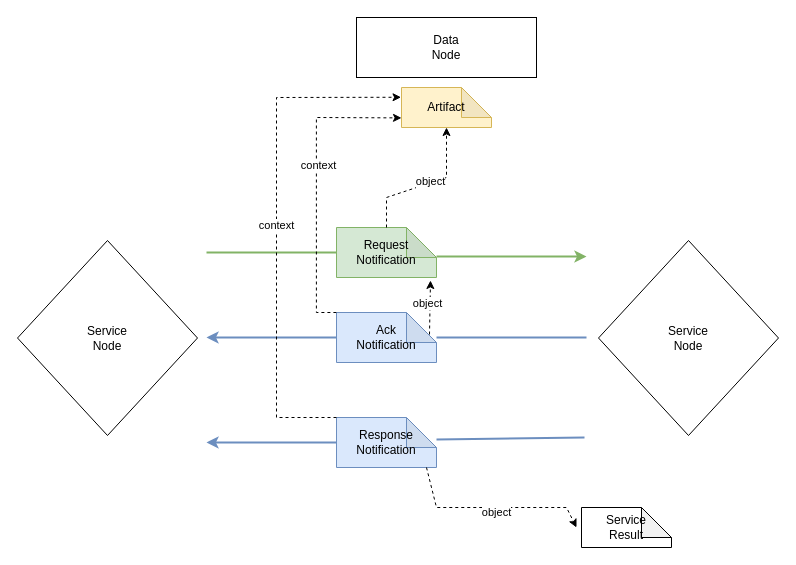
The draw.io diagram diagrams/request_response_servicenode.drawio in MellonScholarlyCommunication/spec-notifications, before the edit. Source tidied: cells renumbered, new cells numbered last; positions are measured from the earlier drawing's top-left corner, leaving out a move shared by most shapes. Both pictures are drawn from the tidied source at 100%, with x=0, y=0 at pixel (17, 17).
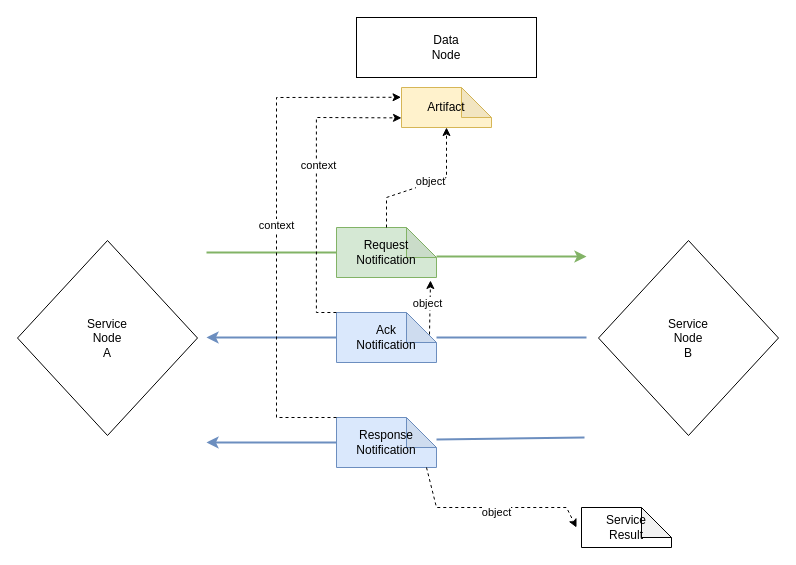
After the change.

Diff of the diagram source:
```diff
@@
-    <mxCell id="23" value="Service&lt;br&gt;Node" style="rhombus;whiteSpace=wrap;html=1;" parent="1" vertex="1">
+    <mxCell id="23" value="Service&lt;br&gt;Node&lt;br&gt;B" style="rhombus;whiteSpace=wrap;html=1;" parent="1" vertex="1">
       <mxGeometry x="581" y="223" width="180" height="195" as="geometry" />
     </mxCell>
-    <mxCell id="24" value="Service&lt;br&gt;Node" style="rhombus;whiteSpace=wrap;html=1;" parent="1" vertex="1">
+    <mxCell id="24" value="Service&lt;br&gt;Node&lt;br&gt;A" style="rhombus;whiteSpace=wrap;html=1;" parent="1" vertex="1">
       <mxGeometry y="223" width="180" height="195" as="geometry" />
     </mxCell>
```
